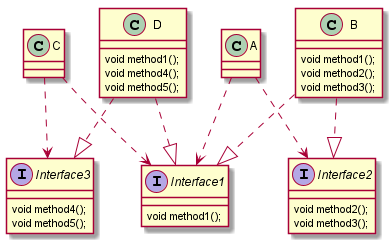
Before: docs/设计模式/七大设计原则/img/接口隔离后.png, a diagram exported from PlantUML (en-hui/en-hui). Source of this version:
```plantuml
@startuml



class A{
}
class C{
}

interface Interface1{
void method1();
}
interface Interface2{
void method2();
void method3();
}
interface Interface3{
void method4();
void method5();
}

class B{
void method1();
void method2();
void method3();
}
class D{
void method1();
void method4();
void method5();
}


B ..|> Interface1
B ..|> Interface2
D ..|> Interface1
D ..|> Interface3

A..>Interface1
A..>Interface2
C..>Interface1
C..>Interface3
@enduml
```
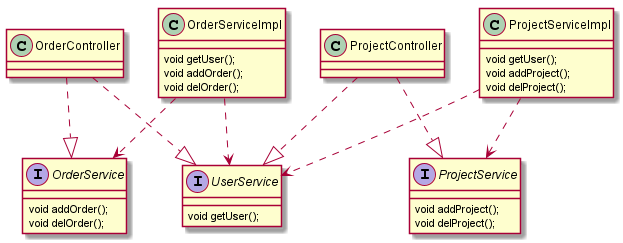
The same file after the commit.

Change to the diagram source:
```diff
@@ -1,43 +1,40 @@
 @startuml
-
-
-
-class A{
+class ProjectController{
 }
-class C{
+class OrderController{
 }
 
-interface Interface1{
-void method1();
+interface UserService{
+void getUser();
 }
-interface Interface2{
-void method2();
-void method3();
+interface ProjectService{
+void addProject();
+void delProject();
 }
-interface Interface3{
-void method4();
-void method5();
+interface OrderService{
+void addOrder();
+void delOrder();
 }
 
-class B{
-void method1();
-void method2();
-void method3();
+class ProjectServiceImpl{
+void getUser();
+void addProject();
+void delProject();
 }
-class D{
-void method1();
-void method4();
-void method5();
+class OrderServiceImpl{
+void getUser();
+void addOrder();
+void delOrder();
 }
 
 
-B ..|> Interface1
-B ..|> Interface2
-D ..|> Interface1
-D ..|> Interface3
+ProjectController ..|> UserService
+ProjectController ..|> ProjectService
+OrderController ..|> UserService
+OrderController ..|> OrderService
 
-A..>Interface1
-A..>Interface2
-C..>Interface1
-C..>Interface3
+ProjectServiceImpl..>UserService
+ProjectServiceImpl..>ProjectService
+OrderServiceImpl..>UserService
+OrderServiceImpl..>OrderService
 @enduml
```
